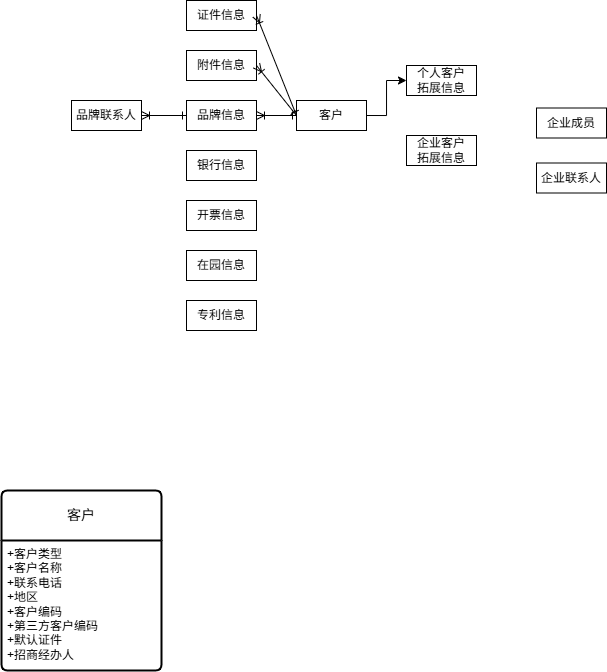
qilaohan/iodraw-files keeps this draw.io diagram as 云模方/v1.8客户关系.drawio.png. Above is the earlier version. Source tidied: cells renumbered, new cells last; positions are measured from the earlier drawing's top-left corner, leaving out a move shared by most shapes.
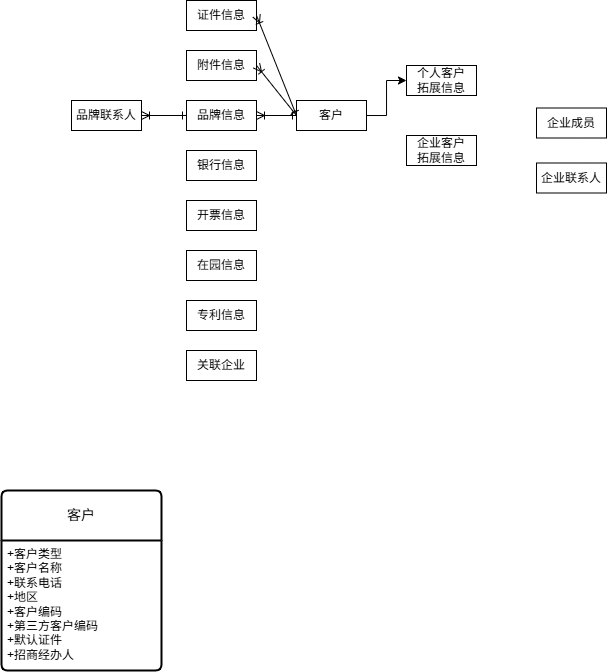
The same diagram one commit later.

Commit message:
更新v1.8客户关系.drawio.png

The edit, as a diff of the source:
```diff
@@ -62,5 +62,8 @@
     <mxCell id="21" value="品牌联系人" style="whiteSpace=wrap;html=1;align=center;" parent="1" vertex="1">
       <mxGeometry x="70" y="100" width="70" height="30" as="geometry" />
     </mxCell>
+    <mxCell id="22" value="关联企业" style="whiteSpace=wrap;html=1;align=center;" parent="1" vertex="1">
+      <mxGeometry x="185" y="350" width="70" height="30" as="geometry" />
+    </mxCell>
   </root>
 </mxGraphModel>
```
